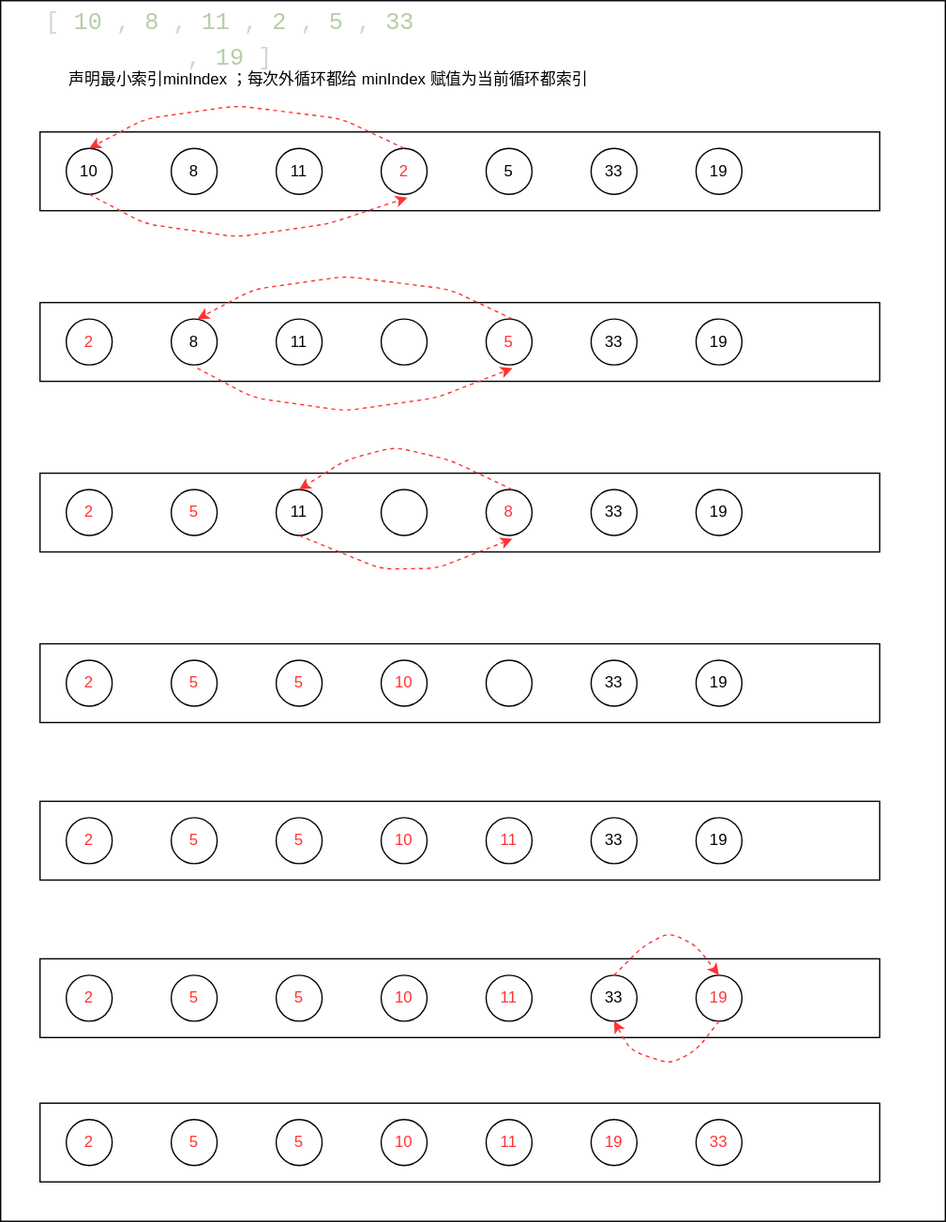
alphazhangyz/DataStructures keeps this draw.io diagram as SortAlgorithms/selection/images/selection.drawio.svg. Above is the earlier version. Source tidied: cells renumbered, new cells last; positions are measured from the earlier drawing's top-left corner, leaving out a move shared by most shapes.
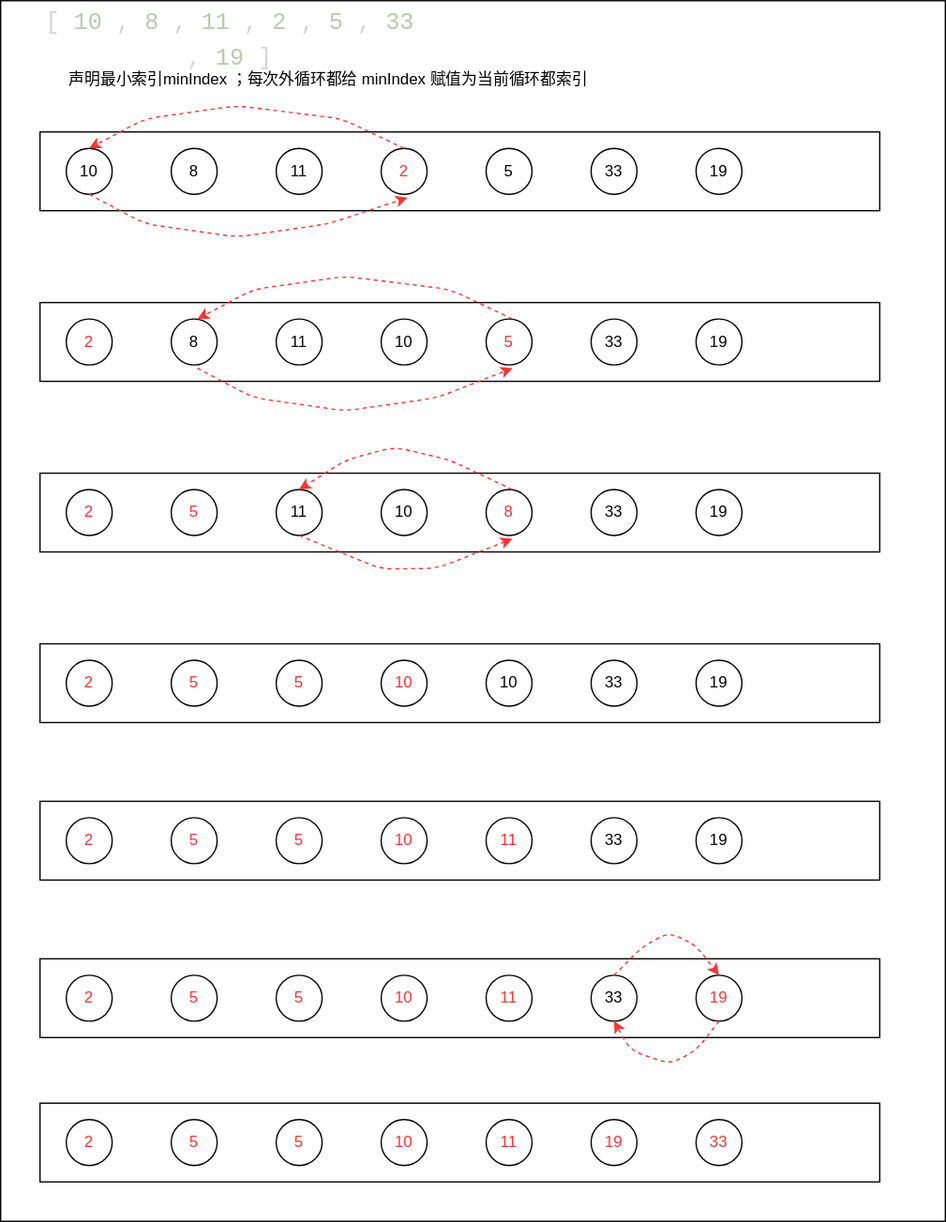
Later version of the same file.

Commit message:
选择排序图解 fix 字体颜色是白色

Change to the diagram source:
```diff
@@ -66,9 +66,6 @@
     <mxCell id="18" value="11" style="ellipse;whiteSpace=wrap;html=1;fillColor=none;" parent="1" vertex="1">
       <mxGeometry x="210" y="242.5" width="35" height="35" as="geometry" />
     </mxCell>
-    <mxCell id="19" value="&lt;font color=&quot;#ffffff&quot;&gt;10&lt;/font&gt;" style="ellipse;whiteSpace=wrap;html=1;fillColor=none;" parent="1" vertex="1">
-      <mxGeometry x="290" y="242.5" width="35" height="35" as="geometry" />
-    </mxCell>
     <mxCell id="20" value="&lt;font color=&quot;#ff3333&quot;&gt;5&lt;/font&gt;" style="ellipse;whiteSpace=wrap;html=1;fillColor=none;" parent="1" vertex="1">
       <mxGeometry x="370" y="242.5" width="35" height="35" as="geometry" />
     </mxCell>
@@ -112,9 +109,6 @@
     <mxCell id="28" value="11" style="ellipse;whiteSpace=wrap;html=1;fillColor=none;" parent="1" vertex="1">
       <mxGeometry x="210" y="372.5" width="35" height="35" as="geometry" />
     </mxCell>
-    <mxCell id="29" value="&lt;font color=&quot;#ffffff&quot;&gt;10&lt;/font&gt;" style="ellipse;whiteSpace=wrap;html=1;fillColor=none;" parent="1" vertex="1">
-      <mxGeometry x="290" y="372.5" width="35" height="35" as="geometry" />
-    </mxCell>
     <mxCell id="30" value="&lt;font color=&quot;#ff3333&quot;&gt;8&lt;/font&gt;" style="ellipse;whiteSpace=wrap;html=1;fillColor=none;" parent="1" vertex="1">
       <mxGeometry x="370" y="372.5" width="35" height="35" as="geometry" />
     </mxCell>
@@ -158,9 +152,6 @@
     <mxCell id="39" value="&lt;font color=&quot;#ff3333&quot;&gt;10&lt;/font&gt;" style="ellipse;whiteSpace=wrap;html=1;fillColor=none;" parent="1" vertex="1">
       <mxGeometry x="290" y="502.5" width="35" height="35" as="geometry" />
     </mxCell>
-    <mxCell id="40" value="&lt;font color=&quot;#ffffff&quot;&gt;11&lt;/font&gt;" style="ellipse;whiteSpace=wrap;html=1;fillColor=none;" parent="1" vertex="1">
-      <mxGeometry x="370" y="502.5" width="35" height="35" as="geometry" />
-    </mxCell>
     <mxCell id="41" value="33" style="ellipse;whiteSpace=wrap;html=1;fillColor=none;" parent="1" vertex="1">
       <mxGeometry x="450" y="502.5" width="35" height="35" as="geometry" />
     </mxCell>
@@ -257,5 +248,14 @@
     <mxCell id="68" value="&lt;font color=&quot;#ff3333&quot;&gt;33&lt;/font&gt;" style="ellipse;whiteSpace=wrap;html=1;fillColor=none;" parent="1" vertex="1">
       <mxGeometry x="530" y="852.5" width="35" height="35" as="geometry" />
     </mxCell>
+    <mxCell id="69" value="10" style="ellipse;whiteSpace=wrap;html=1;fillColor=none;" parent="1" vertex="1">
+      <mxGeometry x="290" y="242.5" width="35" height="35" as="geometry" />
+    </mxCell>
+    <mxCell id="70" value="10" style="ellipse;whiteSpace=wrap;html=1;fillColor=none;" parent="1" vertex="1">
+      <mxGeometry x="290" y="372.5" width="35" height="35" as="geometry" />
+    </mxCell>
+    <mxCell id="71" value="10" style="ellipse;whiteSpace=wrap;html=1;fillColor=none;" parent="1" vertex="1">
+      <mxGeometry x="370" y="502.5" width="35" height="35" as="geometry" />
+    </mxCell>
   </root>
 </mxGraphModel>
```
